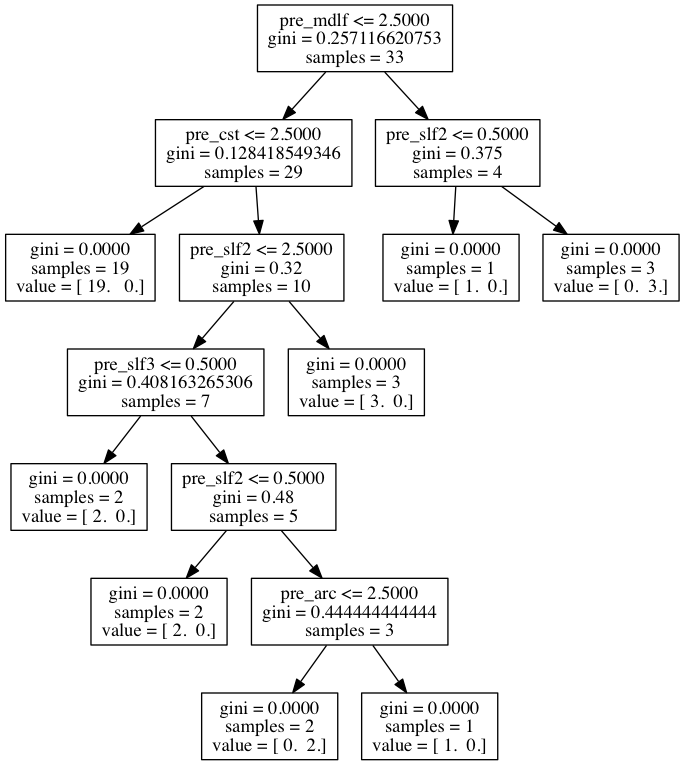
The Graphviz diagram neurosurgery_trees/preMOTOR.png in akeshavan/myscripts, before a commit. Its source is kept beside it as neurosurgery_trees/preMOTOR.dot. The source it was exported from:
```dot
digraph Tree {
0 [label="X[5] <= 2.5000\ngini = 0.257116620753\nsamples = 33", shape="box"] ;
1 [label="X[8] <= 2.5000\ngini = 0.128418549346\nsamples = 29", shape="box"] ;
0 -> 1 ;
2 [label="gini = 0.0000\nsamples = 19\nvalue = [ 19.   0.]", shape="box"] ;
1 -> 2 ;
3 [label="X[0] <= 2.5000\ngini = 0.32\nsamples = 10", shape="box"] ;
1 -> 3 ;
4 [label="X[1] <= 0.5000\ngini = 0.408163265306\nsamples = 7", shape="box"] ;
3 -> 4 ;
5 [label="gini = 0.0000\nsamples = 2\nvalue = [ 2.  0.]", shape="box"] ;
4 -> 5 ;
6 [label="X[0] <= 0.5000\ngini = 0.48\nsamples = 5", shape="box"] ;
4 -> 6 ;
7 [label="gini = 0.0000\nsamples = 2\nvalue = [ 2.  0.]", shape="box"] ;
6 -> 7 ;
8 [label="X[2] <= 2.5000\ngini = 0.444444444444\nsamples = 3", shape="box"] ;
6 -> 8 ;
9 [label="gini = 0.0000\nsamples = 2\nvalue = [ 0.  2.]", shape="box"] ;
8 -> 9 ;
10 [label="gini = 0.0000\nsamples = 1\nvalue = [ 1.  0.]", shape="box"] ;
8 -> 10 ;
11 [label="gini = 0.0000\nsamples = 3\nvalue = [ 3.  0.]", shape="box"] ;
3 -> 11 ;
12 [label="X[0] <= 0.5000\ngini = 0.375\nsamples = 4", shape="box"] ;
0 -> 12 ;
13 [label="gini = 0.0000\nsamples = 1\nvalue = [ 1.  0.]", shape="box"] ;
12 -> 13 ;
14 [label="gini = 0.0000\nsamples = 3\nvalue = [ 0.  3.]", shape="box"] ;
12 -> 14 ;
}
```
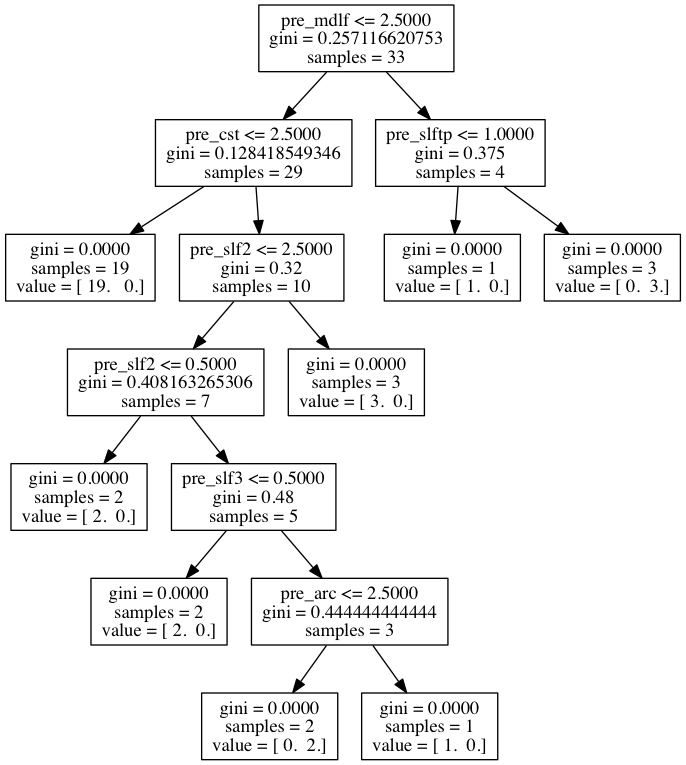
The same file after the commit.

The edit, as a diff of the source:
```diff
@@ -6,11 +6,11 @@
 1 -> 2 ;
 3 [label="X[0] <= 2.5000\ngini = 0.32\nsamples = 10", shape="box"] ;
 1 -> 3 ;
-4 [label="X[1] <= 0.5000\ngini = 0.408163265306\nsamples = 7", shape="box"] ;
+4 [label="X[0] <= 0.5000\ngini = 0.408163265306\nsamples = 7", shape="box"] ;
 3 -> 4 ;
 5 [label="gini = 0.0000\nsamples = 2\nvalue = [ 2.  0.]", shape="box"] ;
 4 -> 5 ;
-6 [label="X[0] <= 0.5000\ngini = 0.48\nsamples = 5", shape="box"] ;
+6 [label="X[1] <= 0.5000\ngini = 0.48\nsamples = 5", shape="box"] ;
 4 -> 6 ;
 7 [label="gini = 0.0000\nsamples = 2\nvalue = [ 2.  0.]", shape="box"] ;
 6 -> 7 ;
@@ -22,7 +22,7 @@
 8 -> 10 ;
 11 [label="gini = 0.0000\nsamples = 3\nvalue = [ 3.  0.]", shape="box"] ;
 3 -> 11 ;
-12 [label="X[0] <= 0.5000\ngini = 0.375\nsamples = 4", shape="box"] ;
+12 [label="X[3] <= 1.0000\ngini = 0.375\nsamples = 4", shape="box"] ;
 0 -> 12 ;
 13 [label="gini = 0.0000\nsamples = 1\nvalue = [ 1.  0.]", shape="box"] ;
 12 -> 13 ;
```
